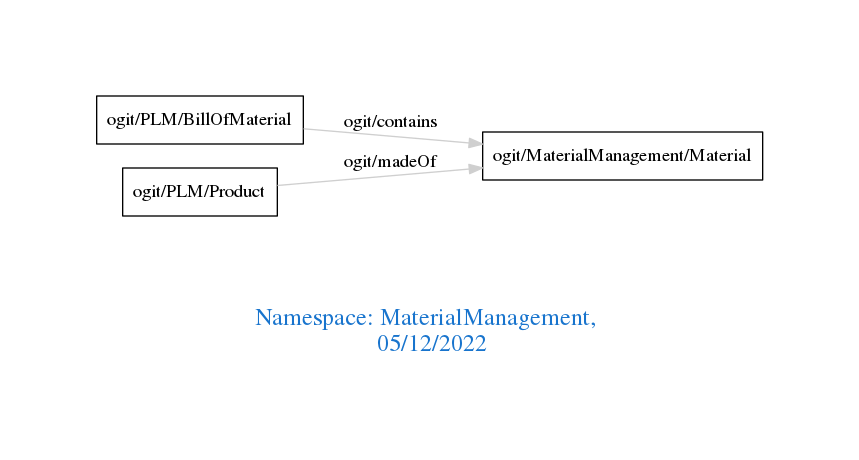
Above: downloads/MaterialManagement.png in arago/OGIT (Graphviz), before the change. Its source is kept beside it as downloads/MaterialManagement.dot.
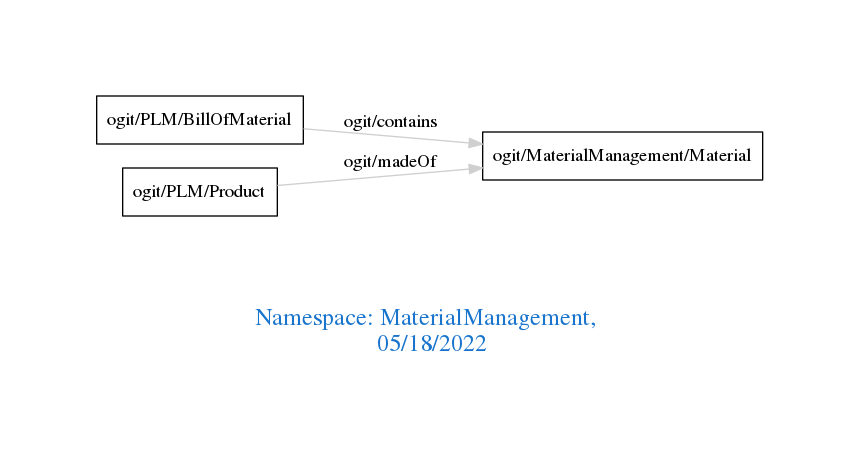
After the change.

The edit, as a diff of the source:
```diff
@@ -1,7 +1,7 @@
 digraph OGIT_ontology {
  graph [ rankdir= LR,pad=1
 fontsize = 18,
-fontcolor= dodgerblue3,label = "\n\n\nNamespace: MaterialManagement, \n 05/12/2022"];
+fontcolor= dodgerblue3,label = "\n\n\nNamespace: MaterialManagement, \n 05/18/2022"];
 node[shape=polygon];
 edge [  color="gray81"];
 
```
